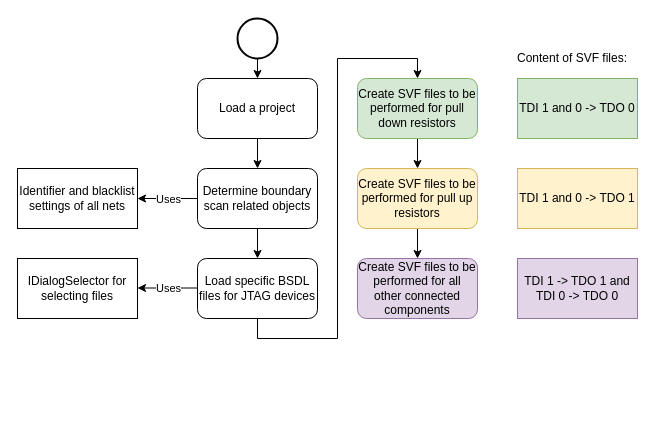
This is Master Thesis/drawios/svfSequence.drawio from Razvanmatis/SmartIctAnalyzer, a draw.io file, before an edit. Source tidied: cells renumbered, new cells numbered last; positions are measured from the earlier drawing's top-left corner, leaving out a move shared by most shapes. Both pictures are drawn from the tidied source at 100%, with x=0, y=0 at pixel (17, 18).
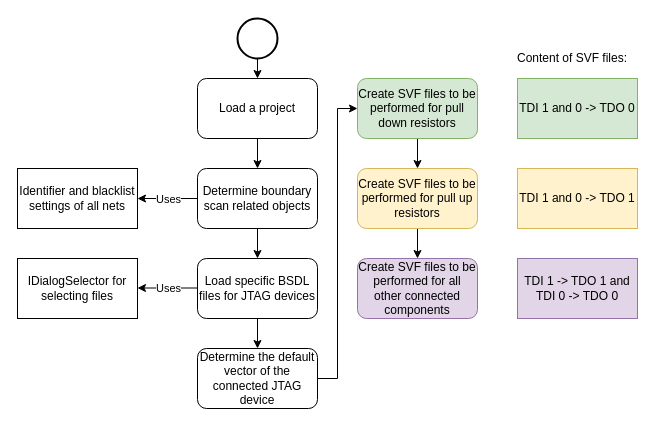
The same page after the edit.

Unchanged cells that the change refers to:
```xml
<mxCell id="7" value="Create SVF files to be performed for pull down resistors" style="rounded=1;whiteSpace=wrap;html=1;fontSize=12;glass=0;strokeWidth=1;shadow=0;fillColor=#d5e8d4;strokeColor=#82b366;" parent="1" vertex="1">
  <mxGeometry x="340" y="60" width="120" height="60" as="geometry" />
</mxCell>
<mxCell id="9" value="Load specific BSDL files for JTAG devices" style="rounded=1;whiteSpace=wrap;html=1;fontSize=12;glass=0;strokeWidth=1;shadow=0;" parent="1" vertex="1">
  <mxGeometry x="180" y="240" width="120" height="60" as="geometry" />
</mxCell>
```

Change to the diagram source:
```diff
@@
-    <mxCell id="8" style="edgeStyle=orthogonalEdgeStyle;rounded=0;jettySize=auto;html=1;exitX=0.5;exitY=1;exitDx=0;exitDy=0;entryX=0.5;entryY=0;entryDx=0;entryDy=0;" parent="1" edge="1" source="9" target="7">
-      <mxGeometry relative="1" as="geometry" />
-    </mxCell>
@@
+    <mxCell id="25" style="edgeStyle=orthogonalEdgeStyle;rounded=0;jettySize=auto;html=1;exitX=1;exitY=0.5;exitDx=0;exitDy=0;entryX=0;entryY=0.5;entryDx=0;entryDy=0;" parent="1" edge="1" source="26" target="7">
+      <mxGeometry relative="1" as="geometry" />
+    </mxCell>
+    <mxCell id="26" value="Determine the default vector of the connected JTAG device" style="rounded=1;whiteSpace=wrap;html=1;fontSize=12;glass=0;strokeWidth=1;shadow=0;" parent="1" vertex="1">
+      <mxGeometry x="180" y="330" width="120" height="60" as="geometry" />
+    </mxCell>
+    <mxCell id="27" style="endArrow=classic;html=1;exitX=0.5;exitY=1;exitDx=0;exitDy=0;" parent="1" edge="1" source="9" target="26">
+      <mxGeometry relative="1" as="geometry" />
+    </mxCell>
```
